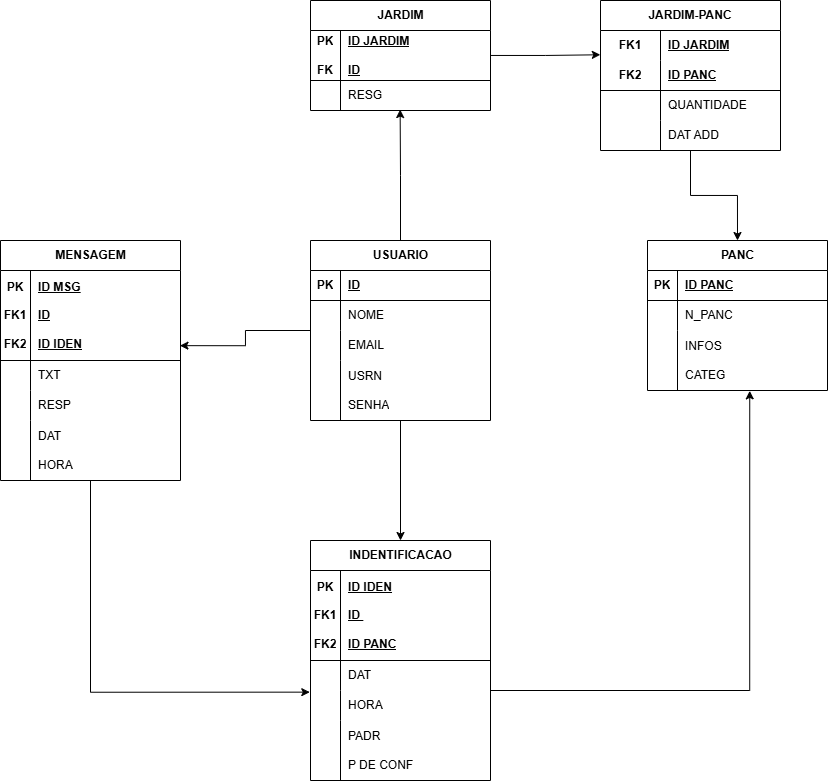
ThiagoNestor/tcc-thiago-nestor-lais-ferrari-leticia-cardoso-rebeca-carvalho keeps this draw.io diagram as Diagramas/Diagrama logico TCC.png. Above is the earlier version. Source tidied: cells renumbered, new cells last; positions are measured from the earlier drawing's top-left corner, leaving out a move shared by most shapes.
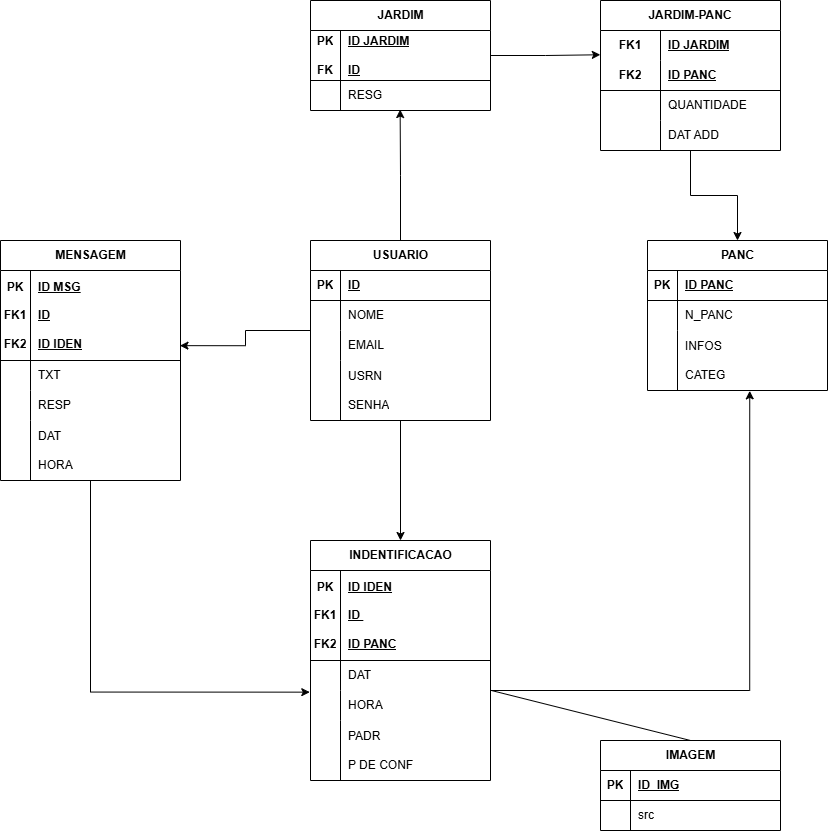
After the commit.

What changed in the source:
```diff
@@ -234,5 +234,29 @@
     <mxCell id="77" value="DAT ADD" style="shape=partialRectangle;fillColor=none;top=0;left=0;bottom=0;right=0;align=left;spacingLeft=6;overflow=hidden;html=1;whiteSpace=wrap;" parent="75" vertex="1">
       <mxGeometry x="60" width="120" height="30" as="geometry" />
     </mxCell>
+    <mxCell id="78" value="IMAGEM" style="shape=table;startSize=30;rowLines=0;fontStyle=1;align=center;html=1;" parent="1" vertex="1">
+      <mxGeometry x="600" y="740" width="180" height="90" as="geometry" />
+    </mxCell>
+    <mxCell id="79" style="shape=tableRow;horizontal=0;startSize=0;swimlaneHead=0;swimlaneBody=0;fillColor=none;top=0;left=0;right=0;bottom=1;" parent="78" vertex="1">
+      <mxGeometry y="30" width="180" height="30" as="geometry" />
+    </mxCell>
+    <mxCell id="80" value="PK" style="shape=partialRectangle;fillColor=none;top=0;left=0;bottom=0;right=0;fontStyle=1;overflow=hidden;whiteSpace=wrap;html=1;" parent="79" vertex="1">
+      <mxGeometry width="30" height="30" as="geometry" />
+    </mxCell>
+    <mxCell id="81" value="ID_IMG" style="shape=partialRectangle;fillColor=none;top=0;left=0;bottom=0;right=0;align=left;spacingLeft=6;fontStyle=5;overflow=hidden;whiteSpace=wrap;html=1;" parent="79" vertex="1">
+      <mxGeometry x="30" width="150" height="30" as="geometry" />
+    </mxCell>
+    <mxCell id="82" style="shape=tableRow;horizontal=0;startSize=0;swimlaneHead=0;swimlaneBody=0;fillColor=none;top=0;left=0;right=0;bottom=0;" parent="78" vertex="1">
+      <mxGeometry y="60" width="180" height="30" as="geometry" />
+    </mxCell>
+    <mxCell id="83" style="shape=partialRectangle;fillColor=none;top=0;left=0;bottom=0;right=0;overflow=hidden;whiteSpace=wrap;html=1;" parent="82" vertex="1">
+      <mxGeometry width="30" height="30" as="geometry" />
+    </mxCell>
+    <mxCell id="84" value="src" style="shape=partialRectangle;fillColor=none;top=0;left=0;bottom=0;right=0;align=left;spacingLeft=6;overflow=hidden;whiteSpace=wrap;html=1;" parent="82" vertex="1">
+      <mxGeometry x="30" width="150" height="30" as="geometry" />
+    </mxCell>
+    <mxCell id="85" style="endArrow=none;html=1;rounded=0;exitX=0.998;exitY=-0.011;exitDx=0;exitDy=0;exitPerimeter=0;entryX=0.5;entryY=0;entryDx=0;entryDy=0;" parent="1" edge="1" source="44" target="78">
+      <mxGeometry relative="1" as="geometry" />
+    </mxCell>
   </root>
 </mxGraphModel>
```
